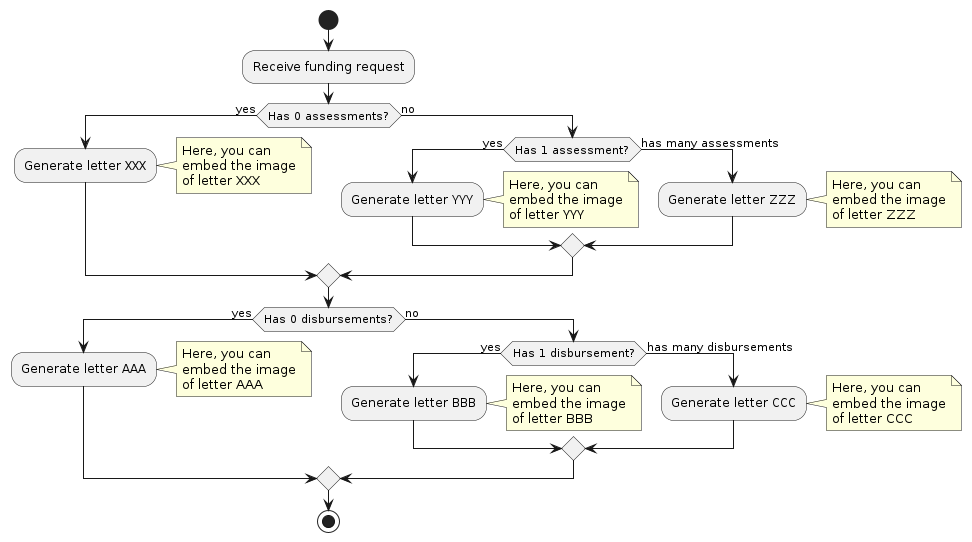
Earlier version of the PlantUML export Design/Diagram, Funding Request Letters, 2023-08-24.png (ytgov/sfa-client).
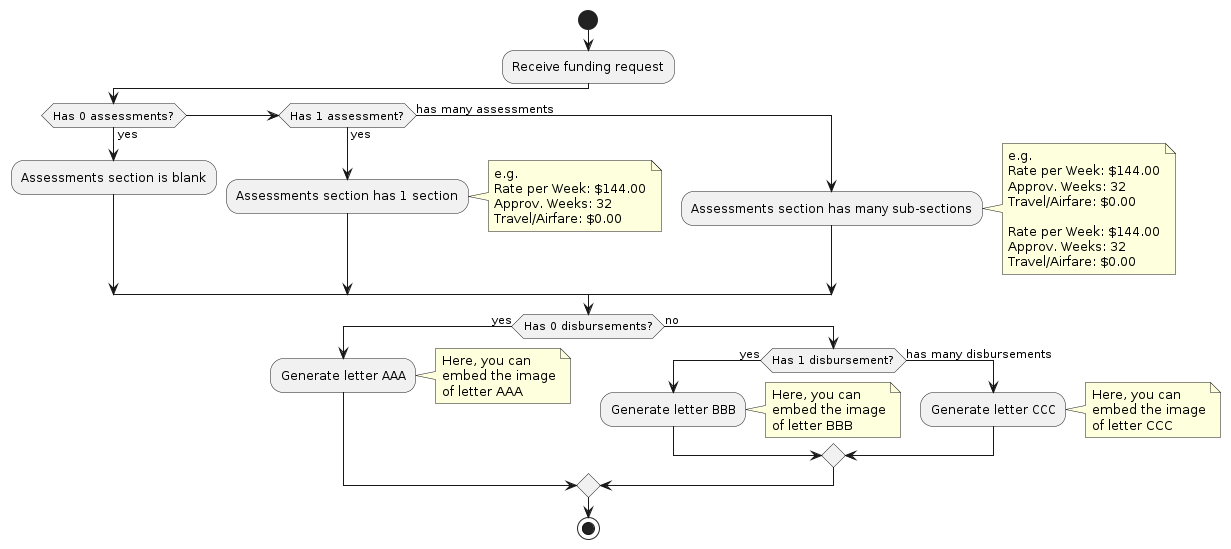
After the change.

Commit message:
:tophat: Improve description of effect off assessment variation.

Change to the diagram source:
```diff
@@ -4,28 +4,27 @@
 :Receive funding request;
 
 if (Has 0 assessments?) then (yes)
-  :Generate letter XXX;
+  :Assessments section is blank;
+elseif (Has 1 assessment?) then (yes)
+  :Assessments section has 1 section;
   note right
-    Here, you can
-    embed the image
-    of letter XXX
+    e.g.
+    Rate per Week: $144.00
+    Approv. Weeks: 32
+    Travel/Airfare: $0.00
   end note
-else (no)
-  if (Has 1 assessment?) then (yes)
-    :Generate letter YYY;
-    note right
-      Here, you can
-      embed the image
-      of letter YYY
-    end note
-  else (has many assessments)
-    :Generate letter ZZZ;
-    note right
-      Here, you can
-      embed the image
-      of letter ZZZ
-    end note
-  endif
+else (has many assessments)
+  :Assessments section has many sub-sections;
+  note right
+    e.g.
+    Rate per Week: $144.00
+    Approv. Weeks: 32
+    Travel/Airfare: $0.00
+
+    Rate per Week: $144.00
+    Approv. Weeks: 32
+    Travel/Airfare: $0.00
+  end note
 endif
 
 if (Has 0 disbursements?) then (yes)
```
